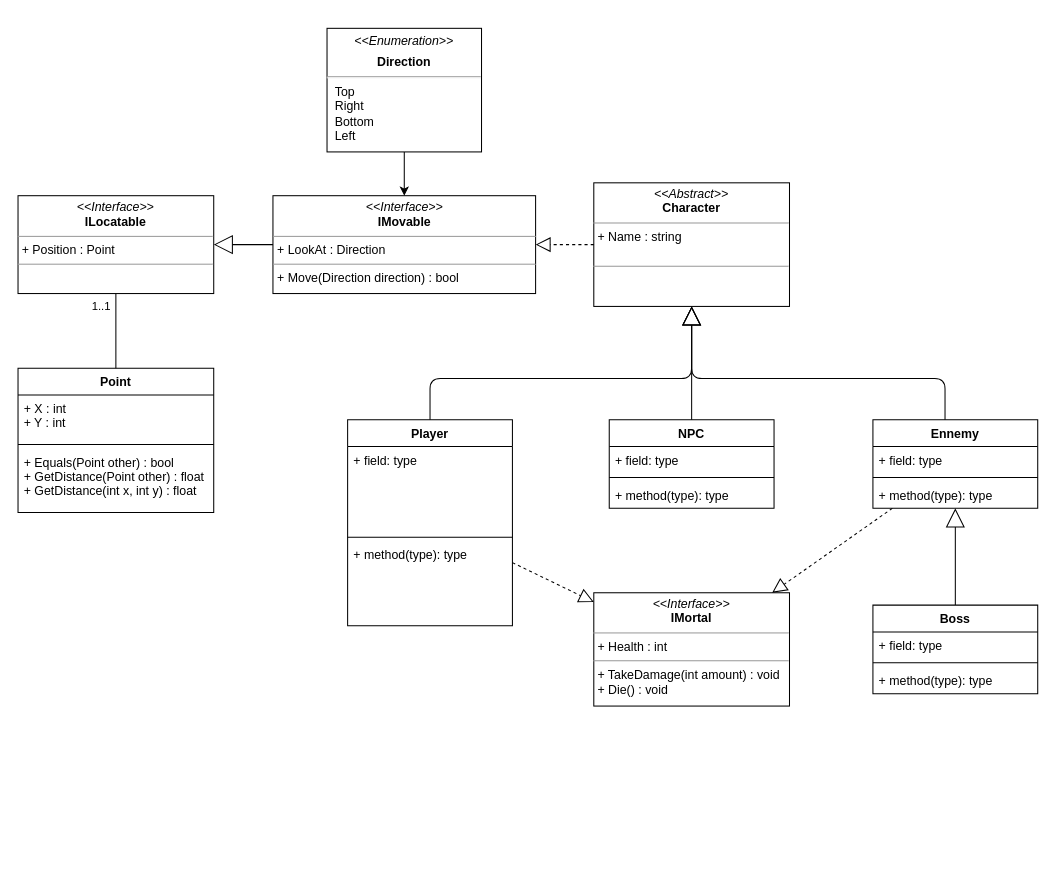
Above: Resources/classdiagram.drawio in PaakuPakuu/RPG (draw.io), before the change. Source tidied: cells renumbered, new cells numbered last; positions are measured from the earlier drawing's top-left corner, leaving out a move shared by most shapes. Both pictures are drawn from the tidied source at 103%, with x=0, y=0 at pixel (18, 28).
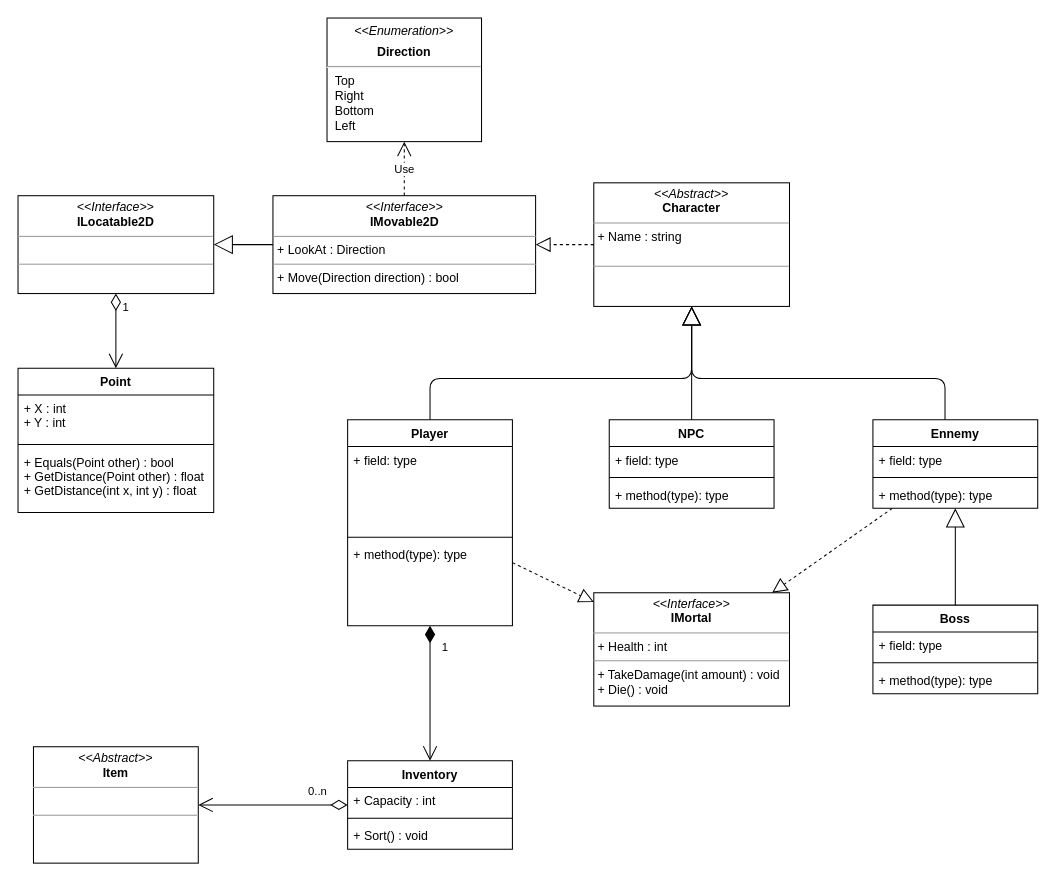
The same page after the edit.

Commit message:
🚧📝 Diagramme de classe

Unchanged cells that the change refers to:
```xml
<mxCell id="26" value="Point" style="swimlane;fontStyle=1;align=center;verticalAlign=top;horizontal=1;startSize=26;" parent="1" vertex="1">
  <mxGeometry y="330" width="190" height="140" as="geometry" />
</mxCell>
```

What changed in the source:
```diff
@@
-    <mxCell id="10" value="Player" style="swimlane;fontStyle=1;align=center;verticalAlign=top;horizontal=1;startSize=26;" parent="1" vertex="1">
+    <mxCell id="10" value="Player" style="swimlane;fontStyle=1;align=center;verticalAlign=top;horizontal=1;startSize=26;strokeWidth=1;" parent="1" vertex="1">
       <mxGeometry x="320" y="380" width="160" height="200" as="geometry" />
     </mxCell>
@@
-    <mxCell id="30" style="endArrow=none;html=1;edgeStyle=orthogonalEdgeStyle;" parent="1" edge="1" source="36" target="26">
-      <mxGeometry relative="1" as="geometry" />
-    </mxCell>
-    <mxCell id="31" value="1..1" style="edgeLabel;html=1;align=left;verticalAlign=bottom;" parent="30" vertex="1">
-      <mxGeometry x="-1" relative="1" as="geometry">
-        <mxPoint x="-25" y="20" as="offset" />
-      </mxGeometry>
-    </mxCell>
-    <mxCell id="32" value="&lt;p style=&quot;margin: 0px ; margin-top: 4px ; text-align: center&quot;&gt;&lt;i&gt;&amp;lt;&amp;lt;Interface&amp;gt;&amp;gt;&lt;/i&gt;&lt;br&gt;&lt;b&gt;IMovable&lt;/b&gt;&lt;/p&gt;&lt;hr size=&quot;1&quot;&gt;&lt;p style=&quot;margin: 0px ; margin-left: 4px&quot;&gt;+ LookAt : Direction&lt;/p&gt;&lt;hr size=&quot;1&quot;&gt;&lt;p style=&quot;margin: 0px ; margin-left: 4px&quot;&gt;+ Move(Direction direction) : bool&lt;br&gt;&lt;/p&gt;" style="verticalAlign=top;align=left;overflow=fill;fontSize=12;fontFamily=Helvetica;html=1;" parent="1" vertex="1">
+    <mxCell id="32" value="&lt;p style=&quot;margin: 0px ; margin-top: 4px ; text-align: center&quot;&gt;&lt;i&gt;&amp;lt;&amp;lt;Interface&amp;gt;&amp;gt;&lt;/i&gt;&lt;br&gt;&lt;b&gt;IMovable2D&lt;/b&gt;&lt;/p&gt;&lt;hr size=&quot;1&quot;&gt;&lt;p style=&quot;margin: 0px ; margin-left: 4px&quot;&gt;+ LookAt : Direction&lt;/p&gt;&lt;hr size=&quot;1&quot;&gt;&lt;p style=&quot;margin: 0px ; margin-left: 4px&quot;&gt;+ Move(Direction direction) : bool&lt;br&gt;&lt;/p&gt;" style="verticalAlign=top;align=left;overflow=fill;fontSize=12;fontFamily=Helvetica;html=1;" parent="1" vertex="1">
       <mxGeometry x="247.5" y="162.5" width="255" height="95" as="geometry" />
     </mxCell>
@@
-    <mxCell id="34" style="edgeStyle=orthogonalEdgeStyle;jettySize=auto;html=1;" parent="1" edge="1" source="35" target="32">
-      <mxGeometry relative="1" as="geometry" />
-    </mxCell>
     <mxCell id="35" value="&lt;p style=&quot;margin: 0px ; margin-top: 6px ; text-align: center&quot;&gt;&lt;i&gt;&amp;lt;&amp;lt;Enumeration&amp;gt;&amp;gt;&lt;/i&gt;&lt;br&gt;&lt;/p&gt;&lt;p style=&quot;margin: 0px ; margin-top: 6px ; text-align: center&quot;&gt;&lt;b&gt;Direction&lt;/b&gt;&lt;/p&gt;&lt;hr&gt;&lt;p style=&quot;margin: 0px ; margin-left: 8px&quot;&gt;Top&lt;/p&gt;&lt;p style=&quot;margin: 0px ; margin-left: 8px&quot;&gt;Right&lt;/p&gt;&lt;p style=&quot;margin: 0px ; margin-left: 8px&quot;&gt;Bottom&lt;/p&gt;&lt;p style=&quot;margin: 0px ; margin-left: 8px&quot;&gt;Left&lt;/p&gt;" style="align=left;overflow=fill;html=1;" parent="1" vertex="1">
-      <mxGeometry x="300" width="150" height="120" as="geometry" />
+      <mxGeometry x="300" y="-10" width="150" height="120" as="geometry" />
     </mxCell>
-    <mxCell id="36" value="&lt;p style=&quot;margin: 0px ; margin-top: 4px ; text-align: center&quot;&gt;&lt;i&gt;&amp;lt;&amp;lt;Interface&amp;gt;&amp;gt;&lt;/i&gt;&lt;br&gt;&lt;b&gt;ILocatable&lt;/b&gt;&lt;/p&gt;&lt;hr size=&quot;1&quot;&gt;&lt;p style=&quot;margin: 0px ; margin-left: 4px&quot;&gt;+ Position : Point&lt;/p&gt;&lt;hr size=&quot;1&quot;&gt;&lt;p style=&quot;margin: 0px ; margin-left: 4px&quot;&gt;&lt;br&gt;&lt;/p&gt;" style="verticalAlign=top;align=left;overflow=fill;fontSize=12;fontFamily=Helvetica;html=1;" parent="1" vertex="1">
+    <mxCell id="36" value="&lt;p style=&quot;margin: 0px ; margin-top: 4px ; text-align: center&quot;&gt;&lt;i&gt;&amp;lt;&amp;lt;Interface&amp;gt;&amp;gt;&lt;/i&gt;&lt;br&gt;&lt;b&gt;ILocatable2D&lt;/b&gt;&lt;/p&gt;&lt;hr size=&quot;1&quot;&gt;&lt;p style=&quot;margin: 0px ; margin-left: 4px&quot;&gt;&lt;br&gt;&lt;/p&gt;&lt;hr size=&quot;1&quot;&gt;&lt;p style=&quot;margin: 0px ; margin-left: 4px&quot;&gt;&lt;br&gt;&lt;/p&gt;" style="verticalAlign=top;align=left;overflow=fill;fontSize=12;fontFamily=Helvetica;html=1;" parent="1" vertex="1">
       <mxGeometry y="162.5" width="190" height="95" as="geometry" />
     </mxCell>
@@
+    <mxCell id="30" value="1" style="endArrow=open;html=1;endSize=12;startArrow=diamondThin;startSize=14;startFill=0;edgeStyle=orthogonalEdgeStyle;align=left;verticalAlign=bottom;" parent="1" edge="1" source="36" target="26">
+      <mxGeometry x="-0.38" y="5" relative="1" as="geometry" />
+    </mxCell>
+    <mxCell id="38" value="Use" style="endArrow=open;endSize=12;dashed=1;html=1;edgeStyle=orthogonalEdgeStyle;" parent="1" edge="1" source="32" target="35">
+      <mxGeometry relative="1" as="geometry" />
+    </mxCell>
+    <mxCell id="39" value="Inventory" style="swimlane;fontStyle=1;align=center;verticalAlign=top;horizontal=1;startSize=26;" parent="1" vertex="1">
+      <mxGeometry x="320" y="711" width="160" height="86" as="geometry" />
+    </mxCell>
+    <mxCell id="40" value="+ Capacity : int" style="text;strokeColor=none;fillColor=none;align=left;verticalAlign=top;spacingLeft=4;spacingRight=4;overflow=hidden;" parent="39" vertex="1">
+      <mxGeometry y="26" width="160" height="26" as="geometry" />
+    </mxCell>
+    <mxCell id="41" style="line;strokeWidth=1;fillColor=none;align=left;verticalAlign=middle;spacingTop=-1;spacingLeft=3;spacingRight=3;labelPosition=right;" parent="39" vertex="1">
+      <mxGeometry y="52" width="160" height="8" as="geometry" />
+    </mxCell>
+    <mxCell id="42" value="+ Sort() : void" style="text;strokeColor=none;fillColor=none;align=left;verticalAlign=top;spacingLeft=4;spacingRight=4;overflow=hidden;" parent="39" vertex="1">
+      <mxGeometry y="60" width="160" height="26" as="geometry" />
+    </mxCell>
+    <mxCell id="43" value="&lt;p style=&quot;margin: 0px ; margin-top: 4px ; text-align: center&quot;&gt;&lt;i&gt;&amp;lt;&amp;lt;Abstract&amp;gt;&amp;gt;&lt;/i&gt;&lt;br&gt;&lt;b&gt;Item&lt;/b&gt;&lt;/p&gt;&lt;hr size=&quot;1&quot;&gt;&lt;p style=&quot;margin: 0px ; margin-left: 4px&quot;&gt;&lt;br&gt;&lt;/p&gt;&lt;hr size=&quot;1&quot;&gt;&lt;p style=&quot;margin: 0px ; margin-left: 4px&quot;&gt;&lt;br&gt;&lt;/p&gt;" style="verticalAlign=top;align=left;overflow=fill;fontSize=12;fontFamily=Helvetica;html=1;" parent="1" vertex="1">
+      <mxGeometry x="15" y="697.5" width="160" height="113" as="geometry" />
+    </mxCell>
+    <mxCell id="44" value="0..n" style="endArrow=open;html=1;endSize=12;startArrow=diamondThin;startSize=14;startFill=0;edgeStyle=orthogonalEdgeStyle;align=left;verticalAlign=bottom;rounded=0;" parent="1" edge="1" source="39" target="43">
+      <mxGeometry x="-0.45" y="-4" relative="1" as="geometry" />
+    </mxCell>
+    <mxCell id="45" value="1" style="endArrow=open;html=1;endSize=12;startArrow=diamondThin;startSize=14;startFill=1;edgeStyle=orthogonalEdgeStyle;align=left;verticalAlign=bottom;rounded=0;" parent="1" edge="1" source="10" target="39">
+      <mxGeometry x="-0.54" y="10" relative="1" as="geometry" />
+    </mxCell>
```
